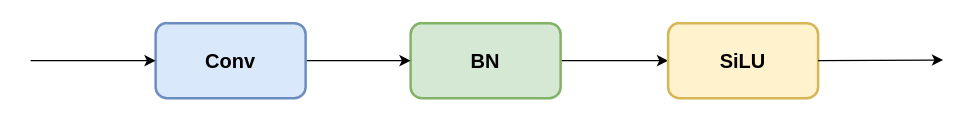
The draw.io diagram page "第 2 页" (1 of 6) of figs.drawio in 225ceV/tiny, before the edit. Source tidied: cells renumbered, new cells numbered last; positions are measured from the earlier drawing's top-left corner, leaving out a move shared by most shapes. Both pictures are drawn from the tidied source at 125%, with x=0, y=0 at pixel (30, 22).
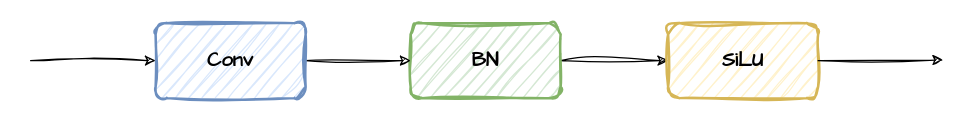
The same diagram, later.

What changed in the source:
```diff
@@
 <mxGraphModel>
   <root>
     <mxCell id="0" />
     <mxCell id="1" parent="0" />
-    <mxCell id="2" style="edgeStyle=orthogonalEdgeStyle;rounded=0;jettySize=auto;html=1;entryX=0;entryY=0.5;entryDx=0;entryDy=0;" parent="1" edge="1" source="3" target="6">
+    <mxCell id="2" style="edgeStyle=orthogonalEdgeStyle;rounded=0;jettySize=auto;html=1;entryX=0;entryY=0.5;entryDx=0;entryDy=0;sketch=1;curveFitting=1;jiggle=2;" parent="1" edge="1" source="3" target="6">
       <mxGeometry relative="1" as="geometry" />
     </mxCell>
-    <mxCell id="3" value="&lt;font style=&quot;font-size: 16px;&quot;&gt;&lt;b&gt;BN&lt;/b&gt;&lt;/font&gt;" style="rounded=1;whiteSpace=wrap;html=1;fillColor=#d5e8d4;strokeColor=#82b366;strokeWidth=2;" parent="1" vertex="1">
+    <mxCell id="3" value="&lt;font face=&quot;Comic Sans MS&quot; style=&quot;font-size: 16px;&quot;&gt;&lt;b&gt;BN&lt;/b&gt;&lt;/font&gt;" style="rounded=1;whiteSpace=wrap;html=1;fillColor=#d5e8d4;strokeColor=#82b366;strokeWidth=2;sketch=1;curveFitting=1;jiggle=2;" parent="1" vertex="1">
       <mxGeometry x="304" width="120" height="60" as="geometry" />
     </mxCell>
-    <mxCell id="4" style="edgeStyle=orthogonalEdgeStyle;rounded=0;jettySize=auto;html=1;entryX=0;entryY=0.5;entryDx=0;entryDy=0;" parent="1" edge="1" source="5" target="3">
+    <mxCell id="4" style="edgeStyle=orthogonalEdgeStyle;rounded=0;jettySize=auto;html=1;entryX=0;entryY=0.5;entryDx=0;entryDy=0;sketch=1;curveFitting=1;jiggle=2;" parent="1" edge="1" source="5" target="3">
       <mxGeometry relative="1" as="geometry" />
     </mxCell>
-    <mxCell id="5" value="&lt;font style=&quot;font-size: 16px;&quot;&gt;&lt;b&gt;Conv&lt;/b&gt;&lt;/font&gt;" style="rounded=1;whiteSpace=wrap;html=1;fillColor=#dae8fc;strokeColor=#6c8ebf;strokeWidth=2;" parent="1" vertex="1">
+    <mxCell id="5" value="&lt;font face=&quot;Comic Sans MS&quot; style=&quot;font-size: 16px;&quot;&gt;&lt;b&gt;Conv&lt;/b&gt;&lt;/font&gt;" style="rounded=1;whiteSpace=wrap;html=1;fillColor=#dae8fc;strokeColor=#6c8ebf;strokeWidth=2;sketch=1;curveFitting=1;jiggle=2;" parent="1" vertex="1">
       <mxGeometry x="100" width="120" height="60" as="geometry" />
     </mxCell>
-    <mxCell id="6" value="&lt;font style=&quot;font-size: 16px;&quot;&gt;&lt;b&gt;SiLU&lt;/b&gt;&lt;/font&gt;" style="rounded=1;whiteSpace=wrap;html=1;fillColor=#fff2cc;strokeColor=#d6b656;strokeWidth=2;" parent="1" vertex="1">
+    <mxCell id="6" value="&lt;font face=&quot;Comic Sans MS&quot; style=&quot;font-size: 16px;&quot;&gt;&lt;b&gt;SiLU&lt;/b&gt;&lt;/font&gt;" style="rounded=1;whiteSpace=wrap;html=1;fillColor=#fff2cc;strokeColor=#d6b656;strokeWidth=2;sketch=1;curveFitting=1;jiggle=2;" parent="1" vertex="1">
       <mxGeometry x="510" width="120" height="60" as="geometry" />
     </mxCell>
-    <mxCell id="7" style="endArrow=classic;html=1;rounded=0;entryX=0;entryY=0.5;entryDx=0;entryDy=0;" parent="1" edge="1" target="5">
+    <mxCell id="7" style="endArrow=classic;html=1;rounded=0;entryX=0;entryY=0.5;entryDx=0;entryDy=0;sketch=1;curveFitting=1;jiggle=2;" parent="1" edge="1" target="5">
       <mxGeometry relative="1" as="geometry">
         <mxPoint y="30" as="sourcePoint" />
       </mxGeometry>
     </mxCell>
-    <mxCell id="8" style="endArrow=classic;html=1;rounded=0;entryX=0;entryY=0.5;entryDx=0;entryDy=0;exitX=1;exitY=0.5;exitDx=0;exitDy=0;" parent="1" edge="1" source="6">
+    <mxCell id="8" style="endArrow=classic;html=1;rounded=0;entryX=0;entryY=0.5;entryDx=0;entryDy=0;exitX=1;exitY=0.5;exitDx=0;exitDy=0;sketch=1;curveFitting=1;jiggle=2;" parent="1" edge="1" source="6">
       <mxGeometry relative="1" as="geometry">
         <mxPoint x="730" y="29.5" as="targetPoint" />
       </mxGeometry>
     </mxCell>
   </root>
 </mxGraphModel>
```
